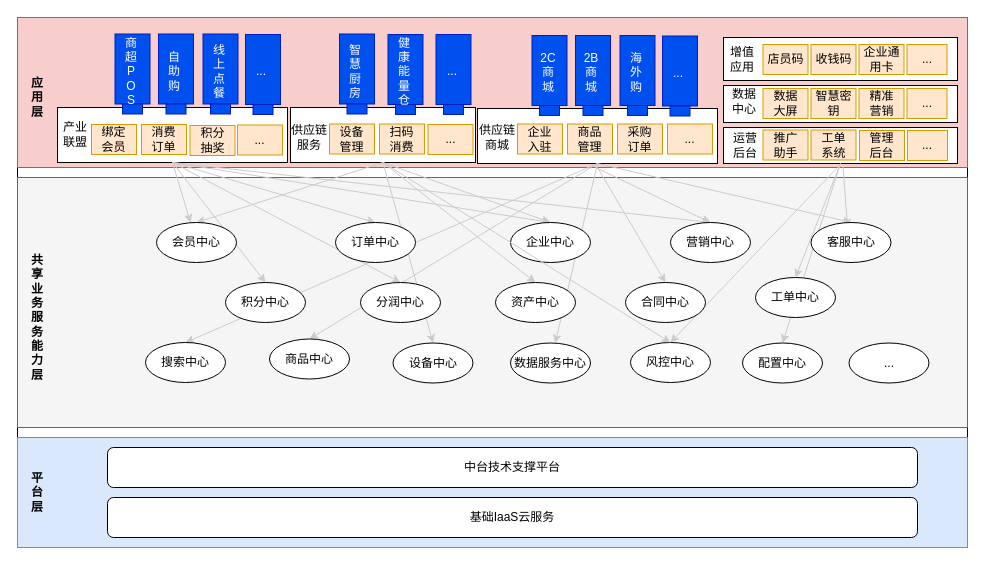
Before: page "business" (2 of 5) of cgc/cgc-framework.drawio in kinvensan/drawio, a draw.io diagram. Source tidied: cells renumbered, new cells numbered last; positions are measured from the earlier drawing's top-left corner, leaving out a move shared by most shapes. Both pictures are drawn from the tidied source at 100%, with x=0, y=0 at pixel (17, 17).
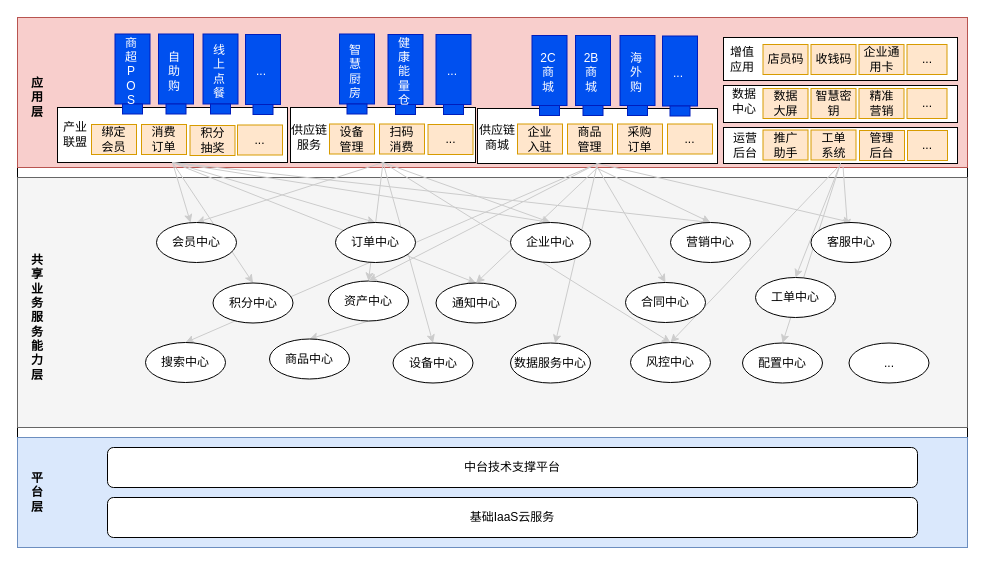
The same diagram, later.

The change refers to these unchanged cells:
```xml
<mxCell id="14" style="rounded=0;whiteSpace=wrap;html=1;" parent="1" vertex="1">
  <mxGeometry x="460" y="91" width="240" height="55" as="geometry" />
</mxCell>
<mxCell id="113" value="商品中心" style="ellipse;whiteSpace=wrap;html=1;" parent="1" vertex="1">
  <mxGeometry x="252" y="321.5" width="80" height="40" as="geometry" />
</mxCell>
```

Diff of the diagram source:
```diff
@@
-    <mxCell id="100" style="endArrow=classic;html=1;fontColor=#FFFFFF;entryX=0.5;entryY=0;entryDx=0;entryDy=0;exitX=0.5;exitY=1;exitDx=0;exitDy=0;strokeColor=#CCCCCC;" parent="1" edge="1" source="14" target="113">
+    <mxCell id="100" style="endArrow=classic;html=1;fontColor=#FFFFFF;entryX=0.5;entryY=0;entryDx=0;entryDy=0;exitX=0.5;exitY=1;exitDx=0;exitDy=0;strokeColor=#CCCCCC;" parent="1" edge="1" source="116" target="113">
       <mxGeometry relative="1" as="geometry" />
     </mxCell>
@@
-    <mxCell id="104" value="企业中心" style="ellipse;whiteSpace=wrap;html=1;" parent="1" vertex="1">
-      <mxGeometry x="493" y="205" width="80" height="40" as="geometry" />
-    </mxCell>
@@
-    <mxCell id="115" value="分润中心" style="ellipse;whiteSpace=wrap;html=1;" parent="1" vertex="1">
-      <mxGeometry x="343" y="265" width="80" height="40" as="geometry" />
+    <mxCell id="115" value="通知中心" style="ellipse;whiteSpace=wrap;html=1;" parent="1" vertex="1">
+      <mxGeometry x="418.5" y="265.5" width="80" height="40" as="geometry" />
     </mxCell>
-    <mxCell id="116" value="资产中心" style="ellipse;whiteSpace=wrap;html=1;" parent="1" vertex="1">
-      <mxGeometry x="478" y="265" width="80" height="40" as="geometry" />
-    </mxCell>
@@
     <mxCell id="119" value="积分中心" style="ellipse;whiteSpace=wrap;html=1;" parent="1" vertex="1">
-      <mxGeometry x="208" y="265" width="80" height="40" as="geometry" />
+      <mxGeometry x="195.5" y="265.5" width="80" height="40" as="geometry" />
     </mxCell>
@@
+    <mxCell id="116" value="资产中心" style="ellipse;whiteSpace=wrap;html=1;" parent="1" vertex="1">
+      <mxGeometry x="311" y="263.5" width="80" height="40" as="geometry" />
+    </mxCell>
+    <mxCell id="128" style="endArrow=classic;html=1;fontColor=#FFFFFF;entryX=0.5;entryY=0;entryDx=0;entryDy=0;exitX=0.5;exitY=1;exitDx=0;exitDy=0;strokeColor=#CCCCCC;" parent="1" edge="1" source="14" target="116">
+      <mxGeometry relative="1" as="geometry" />
+    </mxCell>
+    <mxCell id="129" style="endArrow=classic;html=1;fontColor=#FFFFFF;strokeColor=#CCCCCC;entryX=0.5;entryY=0;entryDx=0;entryDy=0;" parent="1" edge="1" target="115">
+      <mxGeometry relative="1" as="geometry">
+        <mxPoint x="580" y="150" as="sourcePoint" />
+      </mxGeometry>
+    </mxCell>
+    <mxCell id="104" value="企业中心" style="ellipse;whiteSpace=wrap;html=1;" parent="1" vertex="1">
+      <mxGeometry x="493" y="205" width="80" height="40" as="geometry" />
+    </mxCell>
```
